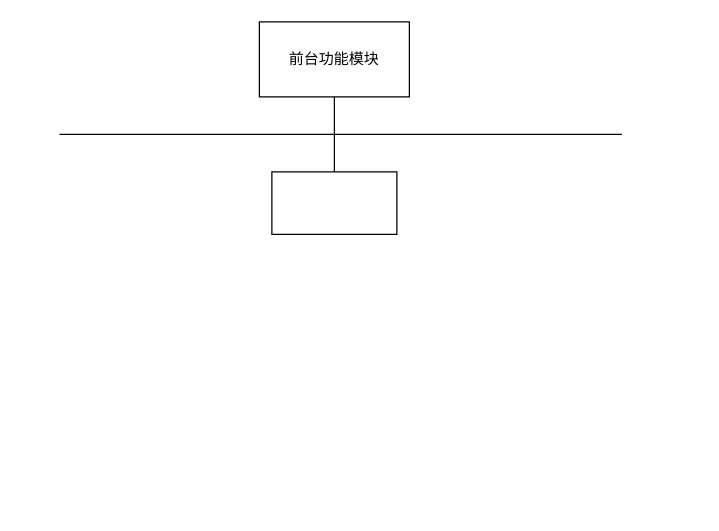
Earlier version of the draw.io diagram page "第 2 页" (2 of 2) of 未命名绘图.drawio (outeddy/silver). Source tidied: cells renumbered, new cells numbered last; positions are measured from the earlier drawing's top-left corner, leaving out a move shared by most shapes. Both pictures are drawn from the tidied source at 125%, with x=0, y=0 at pixel (59, 21).
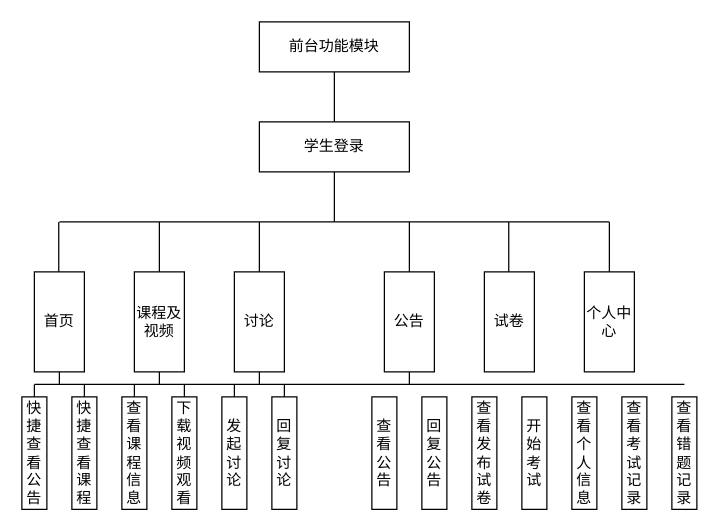
The same page after the edit.

What changed in the source:
```diff
@@
     <mxCell id="2" value="前台功能模块" style="rounded=0;whiteSpace=wrap;html=1;" parent="1" vertex="1">
-      <mxGeometry x="160" width="120" height="60" as="geometry" />
+      <mxGeometry x="160" width="120" height="40" as="geometry" />
     </mxCell>
-    <mxCell id="3" style="endArrow=none;html=1;rounded=0;entryX=0.5;entryY=1;entryDx=0;entryDy=0;" parent="1" edge="1" target="2">
-      <mxGeometry relative="1" as="geometry">
-        <mxPoint x="220" y="90" as="sourcePoint" />
-      </mxGeometry>
-    </mxCell>
-    <mxCell id="4" style="rounded=0;whiteSpace=wrap;html=1;" parent="1" vertex="1">
-      <mxGeometry x="170" y="120" width="100" height="50" as="geometry" />
+    <mxCell id="4" value="学生登录" style="rounded=0;whiteSpace=wrap;html=1;" parent="1" vertex="1">
+      <mxGeometry x="160" y="80" width="120" height="40" as="geometry" />
     </mxCell>
     <mxCell id="5" style="endArrow=none;html=1;rounded=0;" parent="1" edge="1">
       <mxGeometry relative="1" as="geometry">
-        <mxPoint y="90" as="sourcePoint" />
-        <mxPoint x="450" y="90" as="targetPoint" />
+        <mxPoint y="160" as="sourcePoint" />
+        <mxPoint x="440" y="160" as="targetPoint" />
       </mxGeometry>
     </mxCell>
-    <mxCell id="6" style="endArrow=none;html=1;rounded=0;" parent="1" edge="1" source="4">
+    <mxCell id="6" style="endArrow=none;html=1;rounded=0;exitX=0.5;exitY=1;exitDx=0;exitDy=0;" parent="1" edge="1" source="2">
       <mxGeometry relative="1" as="geometry">
-        <mxPoint x="220" y="90" as="targetPoint" />
+        <mxPoint x="220" y="80" as="targetPoint" />
       </mxGeometry>
     </mxCell>
+    <mxCell id="7" style="endArrow=none;html=1;rounded=0;entryX=0.5;entryY=1;entryDx=0;entryDy=0;" parent="1" edge="1" target="4">
+      <mxGeometry relative="1" as="geometry">
+        <mxPoint x="220" y="160" as="sourcePoint" />
+      </mxGeometry>
+    </mxCell>
+    <mxCell id="8" style="endArrow=none;html=1;rounded=0;" parent="1" edge="1">
+      <mxGeometry relative="1" as="geometry">
+        <mxPoint x="-0.5" y="200" as="sourcePoint" />
+        <mxPoint x="-0.5" y="160" as="targetPoint" />
+        <Array as="points">
+          <mxPoint x="-0.5" y="200" />
+        </Array>
+      </mxGeometry>
+    </mxCell>
+    <mxCell id="9" value="首页" style="rounded=0;whiteSpace=wrap;html=1;" parent="1" vertex="1">
+      <mxGeometry x="-20" y="200" width="40" height="80" as="geometry" />
+    </mxCell>
+    <mxCell id="10" style="endArrow=none;html=1;rounded=0;" parent="1" edge="1">
+      <mxGeometry relative="1" as="geometry">
+        <mxPoint x="80" y="200" as="sourcePoint" />
+        <mxPoint x="80" y="160" as="targetPoint" />
+      </mxGeometry>
+    </mxCell>
+    <mxCell id="11" style="endArrow=none;html=1;rounded=0;" parent="1" edge="1">
+      <mxGeometry relative="1" as="geometry">
+        <mxPoint x="280" y="200" as="sourcePoint" />
+        <mxPoint x="280" y="160" as="targetPoint" />
+      </mxGeometry>
+    </mxCell>
+    <mxCell id="12" style="endArrow=none;html=1;rounded=0;" parent="1" edge="1">
+      <mxGeometry relative="1" as="geometry">
+        <mxPoint x="359.5" y="200" as="sourcePoint" />
+        <mxPoint x="359.5" y="160" as="targetPoint" />
+      </mxGeometry>
+    </mxCell>
+    <mxCell id="13" value="课程及视频" style="rounded=0;whiteSpace=wrap;html=1;" parent="1" vertex="1">
+      <mxGeometry x="60" y="200" width="40" height="80" as="geometry" />
+    </mxCell>
+    <mxCell id="14" value="讨论" style="rounded=0;whiteSpace=wrap;html=1;" parent="1" vertex="1">
+      <mxGeometry x="140" y="200" width="40" height="80" as="geometry" />
+    </mxCell>
+    <mxCell id="15" value="公告" style="rounded=0;whiteSpace=wrap;html=1;" parent="1" vertex="1">
+      <mxGeometry x="260" y="200" width="40" height="80" as="geometry" />
+    </mxCell>
+    <mxCell id="16" value="试卷" style="rounded=0;whiteSpace=wrap;html=1;" parent="1" vertex="1">
+      <mxGeometry x="340" y="200" width="40" height="80" as="geometry" />
+    </mxCell>
+    <mxCell id="17" value="个人中心" style="rounded=0;whiteSpace=wrap;html=1;" parent="1" vertex="1">
+      <mxGeometry x="420" y="200" width="40" height="80" as="geometry" />
+    </mxCell>
+    <mxCell id="18" style="endArrow=none;html=1;rounded=0;" parent="1" edge="1" source="17">
+      <mxGeometry relative="1" as="geometry">
+        <mxPoint x="440" y="160" as="targetPoint" />
+      </mxGeometry>
+    </mxCell>
+    <mxCell id="19" style="endArrow=none;html=1;rounded=0;exitX=0.5;exitY=0;exitDx=0;exitDy=0;" parent="1" edge="1" source="14">
+      <mxGeometry relative="1" as="geometry">
+        <mxPoint x="160" y="160" as="targetPoint" />
+      </mxGeometry>
+    </mxCell>
+    <mxCell id="20" value="快捷查看公告" style="rounded=0;whiteSpace=wrap;html=1;" parent="1" vertex="1">
+      <mxGeometry x="-30" y="300" width="20" height="90" as="geometry" />
+    </mxCell>
+    <mxCell id="21" value="快捷查看课程" style="rounded=0;whiteSpace=wrap;html=1;" parent="1" vertex="1">
+      <mxGeometry x="10" y="300" width="20" height="90" as="geometry" />
+    </mxCell>
+    <mxCell id="22" value="查看课程信息" style="rounded=0;whiteSpace=wrap;html=1;" parent="1" vertex="1">
+      <mxGeometry x="50" y="300" width="20" height="90" as="geometry" />
+    </mxCell>
+    <mxCell id="23" value="下载视频观看" style="rounded=0;whiteSpace=wrap;html=1;" parent="1" vertex="1">
+      <mxGeometry x="90" y="300" width="20" height="90" as="geometry" />
+    </mxCell>
+    <mxCell id="24" value="发起讨论" style="rounded=0;whiteSpace=wrap;html=1;" parent="1" vertex="1">
+      <mxGeometry x="130" y="300" width="20" height="90" as="geometry" />
+    </mxCell>
+    <mxCell id="25" value="回复讨论" style="rounded=0;whiteSpace=wrap;html=1;" parent="1" vertex="1">
+      <mxGeometry x="170" y="300" width="20" height="90" as="geometry" />
+    </mxCell>
+    <mxCell id="26" value="查看公告" style="rounded=0;whiteSpace=wrap;html=1;" parent="1" vertex="1">
+      <mxGeometry x="250" y="300" width="20" height="90" as="geometry" />
+    </mxCell>
+    <mxCell id="27" value="回复公告" style="rounded=0;whiteSpace=wrap;html=1;" parent="1" vertex="1">
+      <mxGeometry x="290" y="300" width="20" height="90" as="geometry" />
+    </mxCell>
+    <mxCell id="28" value="查看发布试卷" style="rounded=0;whiteSpace=wrap;html=1;" parent="1" vertex="1">
+      <mxGeometry x="330" y="300" width="20" height="90" as="geometry" />
+    </mxCell>
+    <mxCell id="29" value="开始考试" style="rounded=0;whiteSpace=wrap;html=1;" parent="1" vertex="1">
+      <mxGeometry x="370" y="300" width="20" height="90" as="geometry" />
+    </mxCell>
+    <mxCell id="30" value="查看个人信息" style="rounded=0;whiteSpace=wrap;html=1;" parent="1" vertex="1">
+      <mxGeometry x="410" y="300" width="20" height="90" as="geometry" />
+    </mxCell>
+    <mxCell id="31" value="查看考试记录" style="rounded=0;whiteSpace=wrap;html=1;" parent="1" vertex="1">
+      <mxGeometry x="450" y="300" width="20" height="90" as="geometry" />
+    </mxCell>
+    <mxCell id="32" value="查看错题记录" style="rounded=0;whiteSpace=wrap;html=1;" parent="1" vertex="1">
+      <mxGeometry x="490" y="300" width="20" height="90" as="geometry" />
+    </mxCell>
+    <mxCell id="33" style="endArrow=none;html=1;rounded=0;" parent="1" edge="1">
+      <mxGeometry relative="1" as="geometry">
+        <mxPoint x="-20" y="290" as="sourcePoint" />
+        <mxPoint x="500" y="290" as="targetPoint" />
+      </mxGeometry>
+    </mxCell>
+    <mxCell id="34" style="endArrow=none;html=1;rounded=0;exitX=0.5;exitY=1;exitDx=0;exitDy=0;" parent="1" edge="1" source="9">
+      <mxGeometry relative="1" as="geometry">
+        <mxPoint y="290" as="targetPoint" />
+      </mxGeometry>
+    </mxCell>
+    <mxCell id="35" style="endArrow=none;html=1;rounded=0;" parent="1" edge="1" target="20">
+      <mxGeometry relative="1" as="geometry">
+        <mxPoint x="-20" y="290" as="sourcePoint" />
+        <Array as="points">
+          <mxPoint x="-20" y="290" />
+        </Array>
+      </mxGeometry>
+    </mxCell>
+    <mxCell id="36" style="endArrow=none;html=1;rounded=0;exitX=0.5;exitY=1;exitDx=0;exitDy=0;" parent="1" edge="1">
+      <mxGeometry relative="1" as="geometry">
+        <mxPoint x="20" y="300" as="sourcePoint" />
+        <mxPoint x="20" y="290" as="targetPoint" />
+      </mxGeometry>
+    </mxCell>
+    <mxCell id="37" style="endArrow=none;html=1;rounded=0;entryX=0.5;entryY=0;entryDx=0;entryDy=0;" parent="1" edge="1" target="22">
+      <mxGeometry relative="1" as="geometry">
+        <mxPoint x="60" y="290" as="sourcePoint" />
+      </mxGeometry>
+    </mxCell>
+    <mxCell id="38" style="endArrow=none;html=1;rounded=0;entryX=0.5;entryY=1;entryDx=0;entryDy=0;" parent="1" edge="1" target="13">
+      <mxGeometry relative="1" as="geometry">
+        <mxPoint x="80" y="290" as="sourcePoint" />
+      </mxGeometry>
+    </mxCell>
+    <mxCell id="39" style="endArrow=none;html=1;rounded=0;" parent="1" edge="1" source="23">
+      <mxGeometry relative="1" as="geometry">
+        <mxPoint x="100" y="290" as="targetPoint" />
+      </mxGeometry>
+    </mxCell>
+    <mxCell id="40" style="endArrow=none;html=1;rounded=0;exitX=0.5;exitY=0;exitDx=0;exitDy=0;" parent="1" edge="1" source="24">
+      <mxGeometry relative="1" as="geometry">
+        <mxPoint x="140" y="290" as="targetPoint" />
+      </mxGeometry>
+    </mxCell>
+    <mxCell id="41" style="endArrow=none;html=1;rounded=0;exitX=0.5;exitY=0;exitDx=0;exitDy=0;" parent="1" edge="1" source="25">
+      <mxGeometry relative="1" as="geometry">
+        <mxPoint x="180" y="290" as="targetPoint" />
+      </mxGeometry>
+    </mxCell>
+    <mxCell id="42" style="endArrow=none;html=1;rounded=0;entryX=0.5;entryY=1;entryDx=0;entryDy=0;" parent="1" edge="1" target="14">
+      <mxGeometry relative="1" as="geometry">
+        <mxPoint x="160" y="290" as="sourcePoint" />
+      </mxGeometry>
+    </mxCell>
+    <mxCell id="43" style="endArrow=none;html=1;rounded=0;entryX=0.5;entryY=1;entryDx=0;entryDy=0;" parent="1" edge="1" target="15">
+      <mxGeometry relative="1" as="geometry">
+        <mxPoint x="280" y="290" as="sourcePoint" />
+      </mxGeometry>
+    </mxCell>
```
